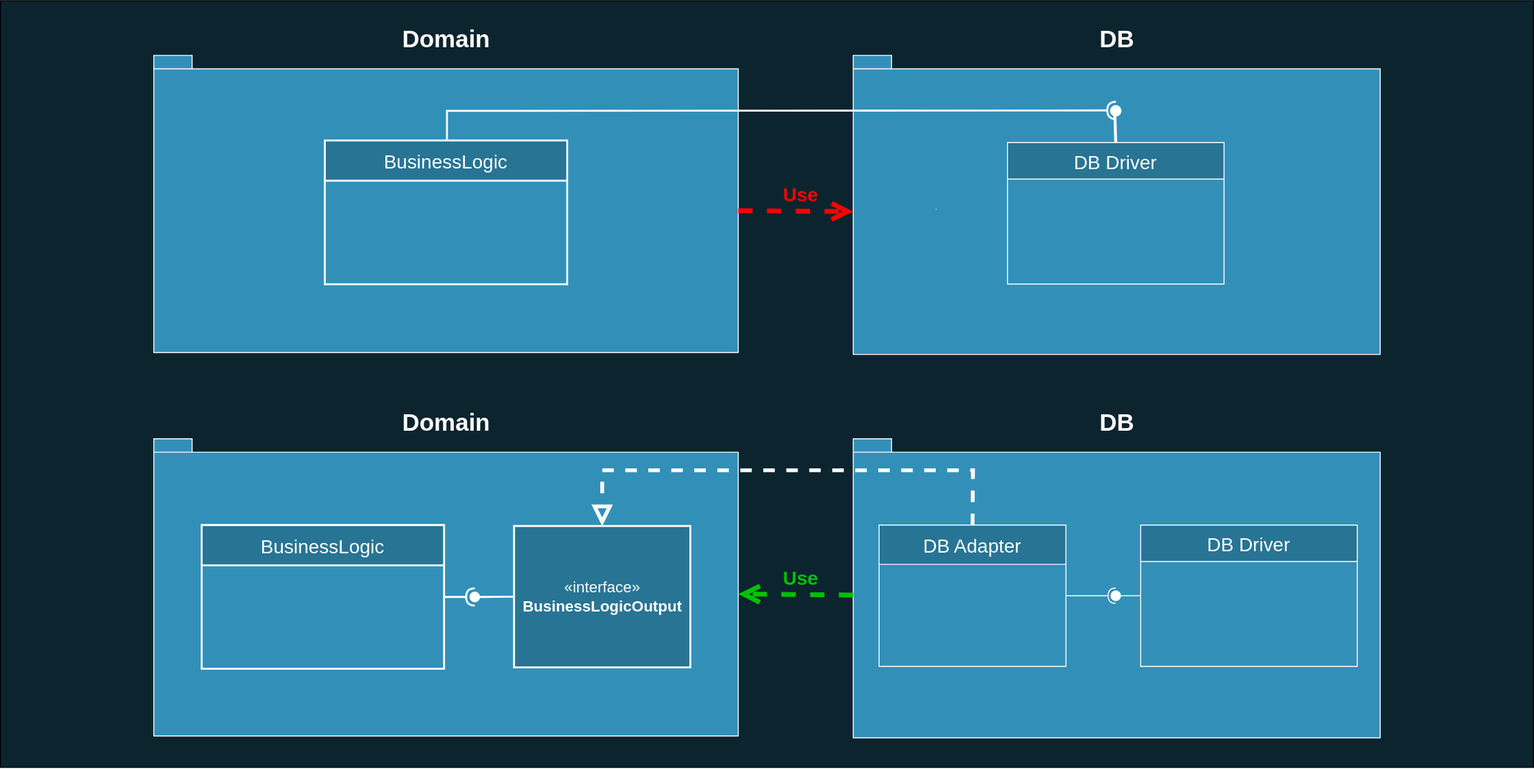
Before: diagrams/images/caWithoutAndWithDIP.svg, a diagram exported from draw.io (AlexanderLapygin/dependency-inversion-slides). Source tidied: cells renumbered, new cells last; positions are measured from the earlier drawing's top-left corner, leaving out a move shared by most shapes.
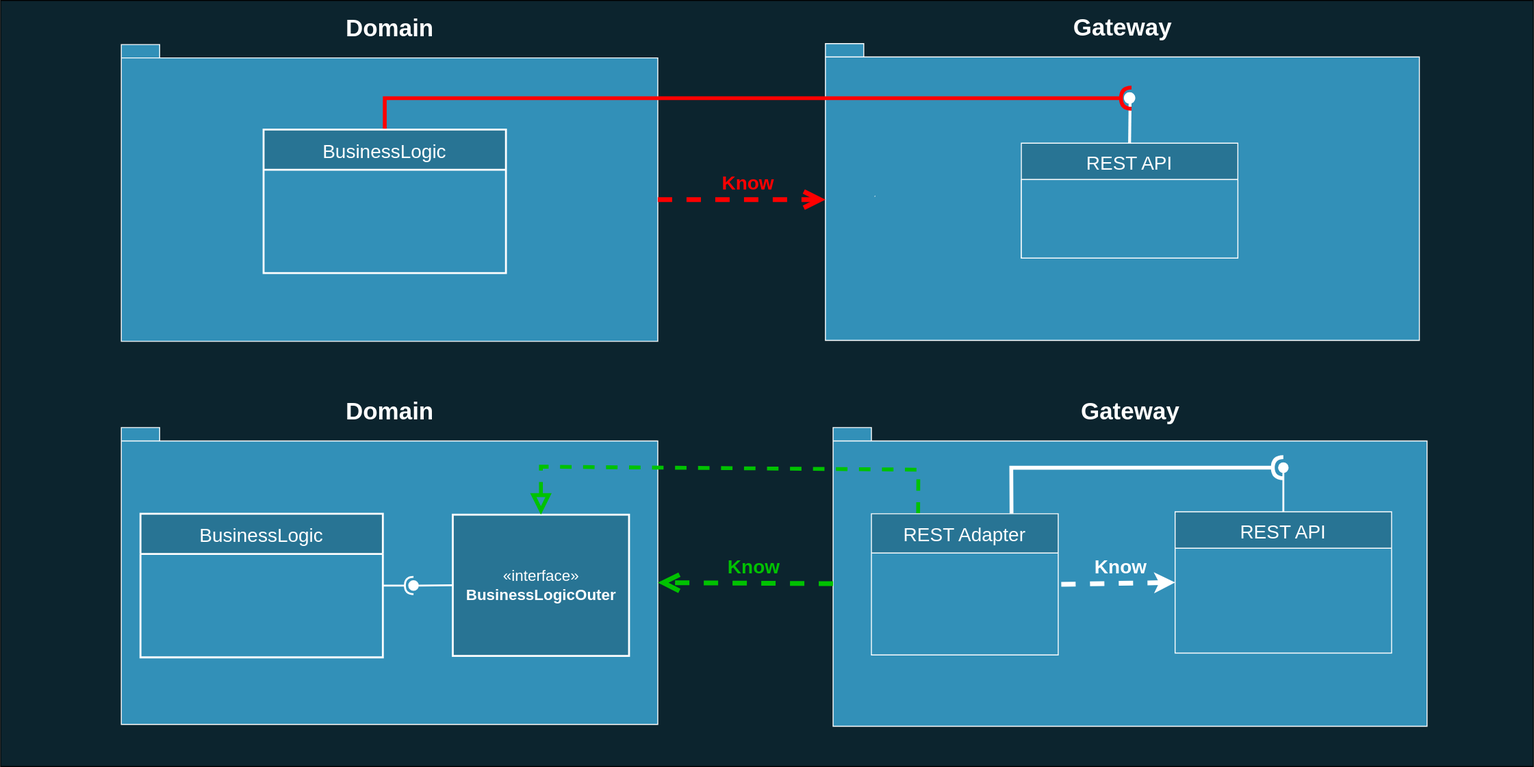
Later version of the same file.

What changed in the source:
```diff
@@ -3,16 +3,19 @@
     <mxCell id="0" />
     <mxCell id="1" parent="0" />
     <mxCell id="2" style="rounded=0;whiteSpace=wrap;html=1;fillColor=#0C242E;fontSize=30;fontColor=#FFFFFF;strokeColor=#000000;" parent="1" vertex="1">
-      <mxGeometry width="1600" height="800" as="geometry" />
+      <mxGeometry x="789" y="290" width="1600" height="800" as="geometry" />
     </mxCell>
+    <mxCell id="26" value="&lt;font style=&quot;font-size: 25px&quot; color=&quot;#ffffff&quot;&gt;Gateway&lt;/font&gt;" style="shape=folder;fontStyle=1;spacingTop=10;tabWidth=40;tabHeight=14;tabPosition=left;html=1;fillColor=#3290B8;labelPosition=center;verticalLabelPosition=top;align=center;verticalAlign=bottom;strokeColor=#FFFFFF;" parent="1" vertex="1">
+      <mxGeometry x="1650" y="335" width="620" height="310" as="geometry" />
+    </mxCell>
+    <mxCell id="4" value="&lt;font style=&quot;font-size: 25px&quot; color=&quot;#ffffff&quot;&gt;Gateway&lt;/font&gt;" style="shape=folder;fontStyle=1;spacingTop=10;tabWidth=40;tabHeight=14;tabPosition=left;html=1;fillColor=#3290B8;labelPosition=center;verticalLabelPosition=top;align=center;verticalAlign=bottom;strokeColor=#FFFFFF;" parent="1" vertex="1">
+      <mxGeometry x="1658" y="736" width="620" height="312" as="geometry" />
+    </mxCell>
     <mxCell id="3" value="&lt;font color=&quot;#ffffff&quot;&gt;&lt;span style=&quot;font-size: 25px&quot;&gt;Domain&lt;br&gt;&lt;/span&gt;&lt;/font&gt;" style="shape=folder;fontStyle=1;spacingTop=10;tabWidth=40;tabHeight=14;tabPosition=left;html=1;fillColor=#3290B8;labelPosition=center;verticalLabelPosition=top;align=center;verticalAlign=bottom;strokeColor=#FFFFFF;" parent="1" vertex="1">
-      <mxGeometry x="160" y="457.1" width="610" height="310" as="geometry" />
+      <mxGeometry x="915" y="736" width="560" height="310" as="geometry" />
     </mxCell>
-    <mxCell id="4" value="&lt;font style=&quot;font-size: 25px&quot; color=&quot;#ffffff&quot;&gt;DB&lt;/font&gt;" style="shape=folder;fontStyle=1;spacingTop=10;tabWidth=40;tabHeight=14;tabPosition=left;html=1;fillColor=#3290B8;labelPosition=center;verticalLabelPosition=top;align=center;verticalAlign=bottom;strokeColor=#FFFFFF;" parent="1" vertex="1">
-      <mxGeometry x="890" y="457.1" width="550" height="312" as="geometry" />
-    </mxCell>
-    <mxCell id="5" value="&lt;font style=&quot;font-size: 16px&quot;&gt;&lt;font style=&quot;font-size: 16px&quot;&gt;«interface»&lt;/font&gt;&lt;br&gt;&lt;b&gt;&lt;font style=&quot;font-size: 16px&quot;&gt;BusinessLogicOutput&lt;/font&gt;&lt;/b&gt;&lt;/font&gt;" style="html=1;fillColor=#287494;fontColor=#FFFFFF;strokeWidth=2;strokeColor=#FFFFFF;" parent="1" vertex="1">
-      <mxGeometry x="536" y="548.1" width="184" height="147.5" as="geometry" />
+    <mxCell id="5" value="&lt;font style=&quot;font-size: 16px&quot;&gt;&lt;font style=&quot;font-size: 16px&quot;&gt;«interface»&lt;/font&gt;&lt;br&gt;&lt;b&gt;&lt;font style=&quot;font-size: 16px&quot;&gt;BusinessLogicOuter&lt;/font&gt;&lt;/b&gt;&lt;/font&gt;" style="html=1;fillColor=#287494;fontColor=#FFFFFF;strokeWidth=2;strokeColor=#FFFFFF;" parent="1" vertex="1">
+      <mxGeometry x="1261" y="827" width="184" height="147.5" as="geometry" />
     </mxCell>
     <mxCell id="6" style="rounded=0;jettySize=auto;html=1;endArrow=none;endFill=0;exitX=0;exitY=0.5;exitDx=0;exitDy=0;strokeColor=#FFFFFF;strokeWidth=2;" parent="1" edge="1" source="5" target="8">
       <mxGeometry relative="1" as="geometry" />
@@ -21,72 +24,77 @@
       <mxGeometry relative="1" as="geometry" />
     </mxCell>
     <mxCell id="8" style="ellipse;whiteSpace=wrap;html=1;fontFamily=Helvetica;fontSize=12;fontColor=#000000;align=center;strokeColor=#FFFFFF;fillColor=#ffffff;points=[];" parent="1" vertex="1">
-      <mxGeometry x="490" y="617.1" width="10" height="10" as="geometry" />
+      <mxGeometry x="1215" y="896" width="10" height="10" as="geometry" />
     </mxCell>
-    <mxCell id="9" style="rounded=0;jettySize=auto;html=1;endArrow=none;endFill=0;exitX=0;exitY=0.5;exitDx=0;exitDy=0;strokeColor=#FFFFFF;fontColor=#FFFFFF;" parent="1" edge="1" source="22" target="11">
+    <mxCell id="9" style="rounded=0;jettySize=auto;html=1;endArrow=none;endFill=0;exitX=0.5;exitY=0;exitDx=0;exitDy=0;strokeColor=#FFFFFF;fontColor=#FFFFFF;strokeWidth=2;" parent="1" edge="1" source="22" target="11">
       <mxGeometry relative="1" as="geometry" />
     </mxCell>
-    <mxCell id="10" style="rounded=0;jettySize=auto;html=1;endArrow=halfCircle;endFill=0;entryX=0.5;entryY=0.5;entryDx=0;entryDy=0;endSize=6;strokeWidth=1;exitX=1;exitY=0.5;exitDx=0;exitDy=0;strokeColor=#FFFFFF;fontColor=#FFFFFF;" parent="1" edge="1" source="23" target="11">
-      <mxGeometry relative="1" as="geometry" />
+    <mxCell id="10" style="rounded=0;jettySize=auto;html=1;endArrow=halfCircle;endFill=0;entryX=0.5;entryY=0.5;entryDx=0;entryDy=0;endSize=6;strokeWidth=4;exitX=0.75;exitY=0;exitDx=0;exitDy=0;strokeColor=#FFFFFF;fontColor=#FFFFFF;" parent="1" edge="1" source="23" target="11">
+      <mxGeometry relative="1" as="geometry">
+        <Array as="points">
+          <mxPoint x="1844" y="778" />
+        </Array>
+      </mxGeometry>
     </mxCell>
     <mxCell id="11" style="ellipse;whiteSpace=wrap;html=1;fontFamily=Helvetica;fontSize=12;fontColor=#FFFFFF;align=center;strokeColor=#FFFFFF;fillColor=#ffffff;points=[];" parent="1" vertex="1">
-      <mxGeometry x="1159" y="615.9" width="10" height="10" as="geometry" />
+      <mxGeometry x="2123" y="772.9" width="10" height="10" as="geometry" />
     </mxCell>
-    <mxCell id="12" style="endArrow=block;dashed=1;endFill=0;endSize=12;html=1;entryX=0.5;entryY=0;entryDx=0;entryDy=0;exitX=0.5;exitY=0;exitDx=0;exitDy=0;strokeColor=#FFFFFF;strokeWidth=4;rounded=0;" parent="1" edge="1" source="23" target="5">
+    <mxCell id="12" style="endArrow=block;dashed=1;endFill=0;endSize=12;html=1;entryX=0.5;entryY=0;entryDx=0;entryDy=0;exitX=0.25;exitY=0;exitDx=0;exitDy=0;strokeColor=#00C200;strokeWidth=4;rounded=0;" parent="1" edge="1" source="23" target="5">
       <mxGeometry relative="1" as="geometry">
         <Array as="points">
-          <mxPoint x="1015" y="490" />
-          <mxPoint x="628" y="490" />
+          <mxPoint x="1747" y="780" />
+          <mxPoint x="1353" y="776.9" />
         </Array>
       </mxGeometry>
     </mxCell>
     <mxCell id="13" value="&lt;font color=&quot;#ffffff&quot;&gt;&lt;span style=&quot;font-size: 25px&quot;&gt;Domain&lt;br&gt;&lt;/span&gt;&lt;/font&gt;" style="shape=folder;fontStyle=1;spacingTop=10;tabWidth=40;tabHeight=14;tabPosition=left;html=1;fillColor=#3290B8;labelPosition=center;verticalLabelPosition=top;align=center;verticalAlign=bottom;strokeColor=#FFFFFF;" parent="1" vertex="1">
-      <mxGeometry x="160" y="57.1" width="610" height="310" as="geometry" />
+      <mxGeometry x="915" y="336" width="560" height="310" as="geometry" />
     </mxCell>
-    <mxCell id="14" value="&lt;font style=&quot;font-size: 25px&quot; color=&quot;#ffffff&quot;&gt;DB&lt;/font&gt;" style="shape=folder;fontStyle=1;spacingTop=10;tabWidth=40;tabHeight=14;tabPosition=left;html=1;fillColor=#3290B8;labelPosition=center;verticalLabelPosition=top;align=center;verticalAlign=bottom;strokeColor=#FFFFFF;" parent="1" vertex="1">
-      <mxGeometry x="890" y="57.1" width="550" height="312" as="geometry" />
-    </mxCell>
     <mxCell id="15" style="rounded=0;orthogonalLoop=1;jettySize=auto;html=1;endArrow=none;endFill=0;exitX=0.189;exitY=0.203;exitDx=0;exitDy=0;strokeColor=#FFFFFF;fontColor=#FFFFFF;exitPerimeter=0;" parent="1" edge="1">
       <mxGeometry relative="1" as="geometry">
-        <mxPoint x="976.9" y="217.9" as="sourcePoint" />
-        <mxPoint x="976.5" y="217.3" as="targetPoint" />
+        <mxPoint x="1701.9" y="494.8" as="sourcePoint" />
+        <mxPoint x="1701.5" y="494.2" as="targetPoint" />
       </mxGeometry>
     </mxCell>
     <mxCell id="16" style="rounded=0;jettySize=auto;html=1;endArrow=none;endFill=0;labelBackgroundColor=none;strokeColor=#FFFFFF;strokeWidth=3;fontSize=20;fontColor=#FFFFFF;exitX=0.5;exitY=0;exitDx=0;exitDy=0;" parent="1" edge="1" source="25" target="18">
       <mxGeometry relative="1" as="geometry" />
     </mxCell>
-    <mxCell id="17" style="rounded=0;orthogonalLoop=1;jettySize=auto;html=1;endArrow=halfCircle;endFill=0;endSize=6;strokeWidth=2;labelBackgroundColor=none;fontSize=20;fontColor=#FFFFFF;strokeColor=#FFFFFF;exitX=0.5;exitY=0;exitDx=0;exitDy=0;entryX=0.917;entryY=0.756;entryDx=0;entryDy=0;entryPerimeter=0;" parent="1" edge="1">
+    <mxCell id="17" style="rounded=0;jettySize=auto;html=1;endArrow=halfCircle;endFill=0;endSize=6;strokeWidth=4;labelBackgroundColor=none;fontSize=20;fontColor=#FFFFFF;strokeColor=#FF0000;exitX=0.5;exitY=0;exitDx=0;exitDy=0;entryX=0.7;entryY=0.513;entryDx=0;entryDy=0;entryPerimeter=0;" parent="1" edge="1" source="24" target="18">
       <mxGeometry relative="1" as="geometry">
-        <mxPoint x="466" y="144.9" as="sourcePoint" />
-        <mxPoint x="1164.2" y="114.6" as="targetPoint" />
         <Array as="points">
-          <mxPoint x="466" y="115" />
+          <mxPoint x="1190" y="392" />
         </Array>
       </mxGeometry>
     </mxCell>
     <mxCell id="18" style="ellipse;whiteSpace=wrap;html=1;fontFamily=Helvetica;fontSize=12;fontColor=#000000;align=center;strokeColor=#FFFFFF;fillColor=#ffffff;points=[];strokeWidth=2;perimeterSpacing=0;" parent="1" vertex="1">
-      <mxGeometry x="1159" y="110" width="10" height="10" as="geometry" />
+      <mxGeometry x="1962.5" y="386.9" width="10" height="10" as="geometry" />
     </mxCell>
-    <mxCell id="19" value="Use" style="endArrow=open;endSize=12;dashed=1;html=1;labelBackgroundColor=none;strokeColor=#FF0000;strokeWidth=5;fontSize=20;fontColor=#FF0000;entryX=0;entryY=0;entryDx=0;entryDy=163;exitX=0;exitY=0;exitDx=610;exitDy=162;exitPerimeter=0;entryPerimeter=0;fontStyle=1;" parent="1" edge="1" source="13" target="14">
+    <mxCell id="19" value="Know" style="endArrow=open;endSize=12;dashed=1;html=1;labelBackgroundColor=none;strokeColor=#FF0000;strokeWidth=5;fontSize=20;fontColor=#FF0000;exitX=0;exitY=0;exitDx=560;exitDy=162;exitPerimeter=0;fontStyle=1;entryX=0;entryY=0;entryDx=0;entryDy=163;entryPerimeter=0;" parent="1" edge="1" source="13" target="26">
       <mxGeometry x="0.08" y="18" relative="1" as="geometry" />
     </mxCell>
-    <mxCell id="20" value="Use" style="endArrow=open;endSize=12;dashed=1;html=1;labelBackgroundColor=none;strokeColor=#00C200;strokeWidth=5;fontSize=20;fontColor=#00C200;entryX=0;entryY=0;entryDx=610;entryDy=162;exitX=0;exitY=0;exitDx=0;exitDy=163;exitPerimeter=0;entryPerimeter=0;fontStyle=1;" parent="1" edge="1" source="4" target="3">
+    <mxCell id="20" value="Know" style="endArrow=open;endSize=12;dashed=1;html=1;labelBackgroundColor=none;strokeColor=#00C200;strokeWidth=5;fontSize=20;fontColor=#00C200;entryX=0;entryY=0;entryDx=560;entryDy=162;exitX=0;exitY=0;exitDx=0;exitDy=163;exitPerimeter=0;entryPerimeter=0;fontStyle=1;" parent="1" edge="1" source="4" target="3">
       <mxGeometry x="-0.08" y="-18" relative="1" as="geometry" />
     </mxCell>
+    <mxCell id="27" value="&lt;font color=&quot;#ffffff&quot;&gt;Know&lt;/font&gt;" style="endArrow=none;endSize=12;dashed=1;html=1;labelBackgroundColor=none;strokeColor=#FFFFFF;strokeWidth=5;fontSize=20;fontColor=#00C200;entryX=1;entryY=0.5;entryDx=0;entryDy=0;exitX=0;exitY=0.5;exitDx=0;exitDy=0;fontStyle=1;startArrow=classic;startFill=0;endFill=0;" parent="1" edge="1" source="22" target="23">
+      <mxGeometry x="-0.08" y="-18" relative="1" as="geometry" />
+    </mxCell>
     <mxCell id="21" value="BusinessLogic" style="swimlane;fontStyle=0;horizontal=1;startSize=42;fillColor=#287494;fontColor=#FFFFFF;fontSize=20;strokeWidth=2;strokeColor=#FFFFFF;" parent="1" vertex="1">
-      <mxGeometry x="210" y="547.1" width="253" height="150" as="geometry" />
+      <mxGeometry x="935" y="826" width="253" height="150" as="geometry" />
     </mxCell>
+    <mxCell id="24" value="BusinessLogic" style="swimlane;fontStyle=0;horizontal=1;startSize=42;fillColor=#287494;fontColor=#FFFFFF;fontSize=20;strokeWidth=2;strokeColor=#FFFFFF;" parent="1" vertex="1">
+      <mxGeometry x="1063.5" y="424.8" width="253" height="150" as="geometry" />
+    </mxCell>
-    <mxCell id="22" value="DB Driver" style="swimlane;fontStyle=0;horizontal=1;startSize=38;fillColor=#287494;strokeColor=#FFFFFF;fontColor=#FFFFFF;fontSize=20;" parent="1" vertex="1">
-      <mxGeometry x="1190" y="547.1" width="226" height="147.5" as="geometry" />
+    <mxCell id="22" value="REST API" style="swimlane;fontStyle=0;horizontal=1;startSize=38;fillColor=#287494;strokeColor=#FFFFFF;fontColor=#FFFFFF;fontSize=20;" parent="1" vertex="1">
+      <mxGeometry x="2015" y="824" width="226" height="147.5" as="geometry" />
     </mxCell>
-    <mxCell id="23" value="DB Adapter" style="swimlane;fontStyle=0;horizontal=1;startSize=41;fillColor=#287494;strokeColor=#FFFFFF;fontColor=#FFFFFF;fontSize=20;" parent="1" vertex="1">
-      <mxGeometry x="917" y="547.1" width="195" height="147.5" as="geometry" />
+    <mxCell id="23" value="REST Adapter" style="swimlane;fontStyle=0;horizontal=1;startSize=41;fillColor=#287494;strokeColor=#FFFFFF;fontColor=#FFFFFF;fontSize=20;" parent="1" vertex="1">
+      <mxGeometry x="1698" y="826" width="195" height="147.5" as="geometry" />
     </mxCell>
-    <mxCell id="24" value="BusinessLogic" style="swimlane;fontStyle=0;horizontal=1;startSize=42;fillColor=#287494;fontColor=#FFFFFF;fontSize=20;strokeWidth=2;strokeColor=#FFFFFF;" parent="1" vertex="1">
-      <mxGeometry x="338.5" y="145.9" width="253" height="150" as="geometry" />
-    </mxCell>
-    <mxCell id="25" value="DB Driver" style="swimlane;fontStyle=0;horizontal=1;startSize=38;fillColor=#287494;strokeColor=#FFFFFF;fontColor=#FFFFFF;fontSize=20;" parent="1" vertex="1">
-      <mxGeometry x="1051" y="148.1" width="226" height="147.5" as="geometry" />
+    <mxCell id="25" value="REST API" style="swimlane;fontStyle=0;horizontal=1;startSize=38;fillColor=#287494;strokeColor=#FFFFFF;fontColor=#FFFFFF;fontSize=20;" parent="1" vertex="1">
+      <mxGeometry x="1854.5" y="439" width="226" height="120" as="geometry" />
     </mxCell>
+    <mxCell id="28" style="text;html=1;strokeColor=#FFFFFF;fillColor=#3290B8;align=center;verticalAlign=middle;whiteSpace=wrap;rounded=0;fontSize=20;fontColor=#333333;" parent="25" vertex="1">
+      <mxGeometry y="38" width="226" height="82" as="geometry" />
+    </mxCell>
   </root>
 </mxGraphModel>
```
